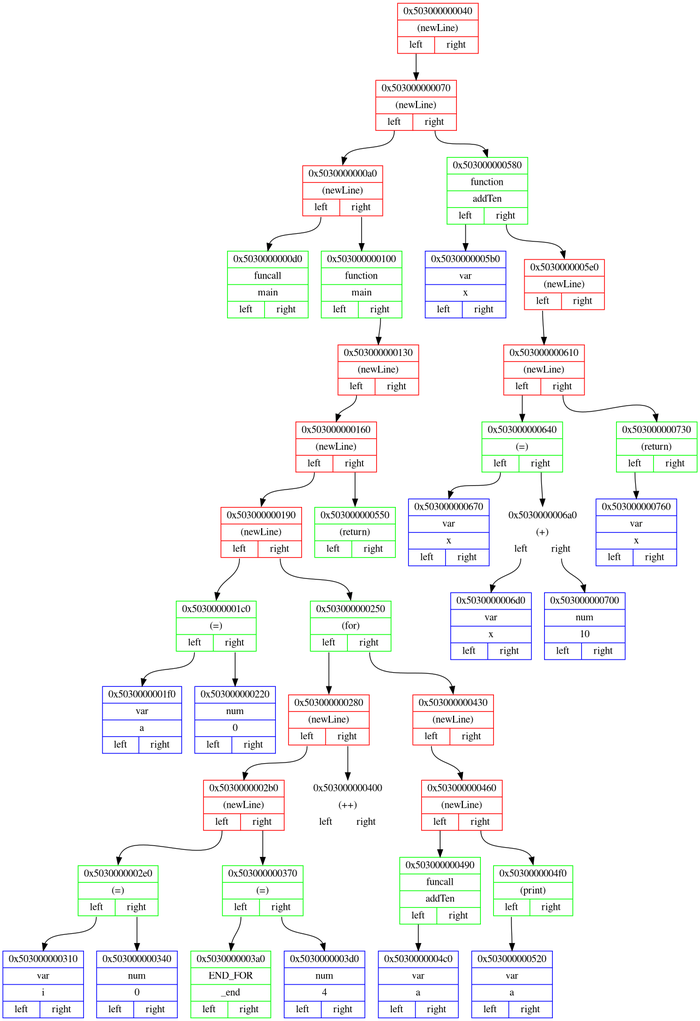
Matvey787/myProgLanguage keeps this Graphviz diagram as png_files/backendDotFile.dot.png. Above is the earlier version. Its source is kept beside it as dot_files/backendDotFile.dot.
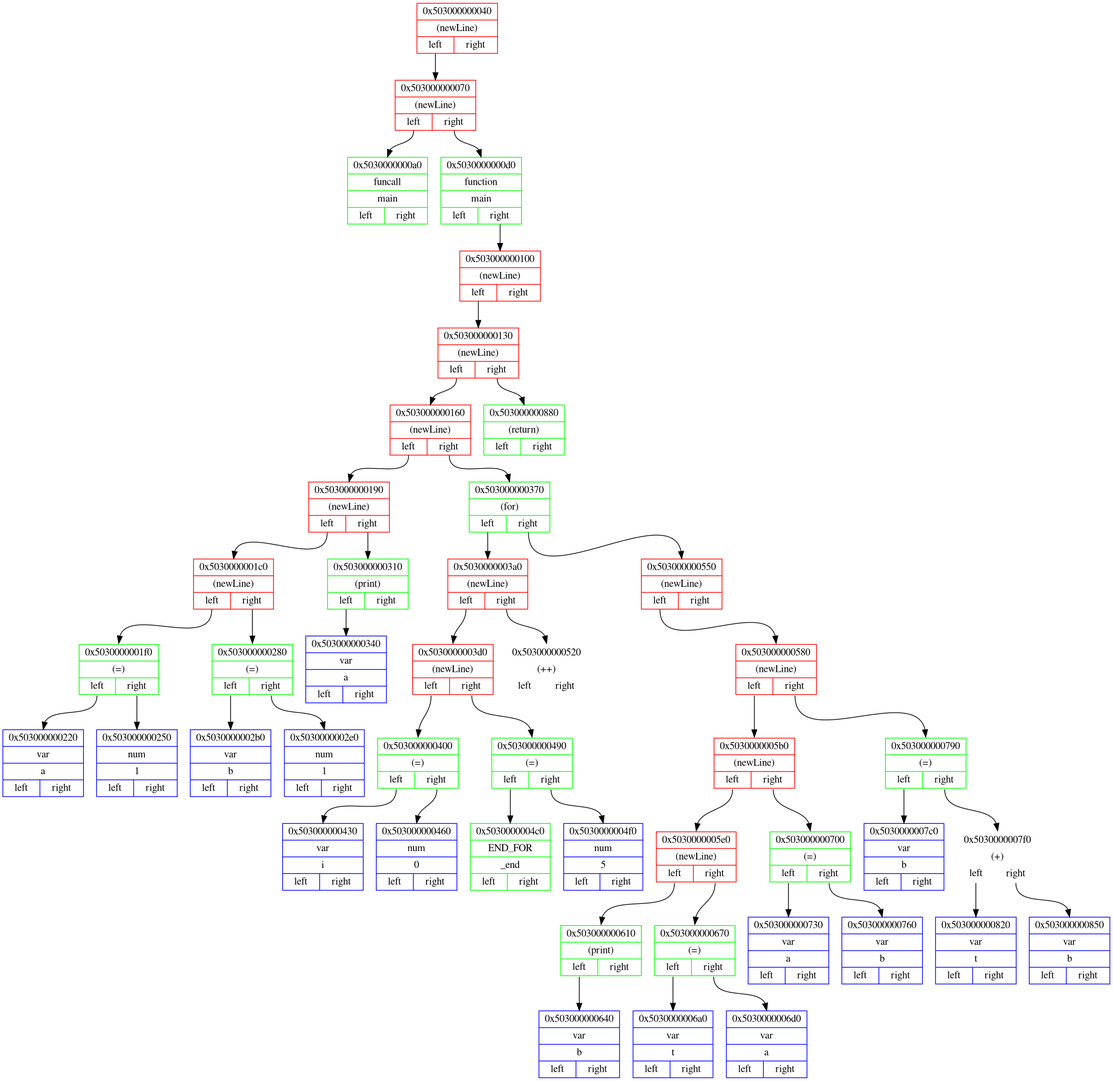
After the change.

Change to the diagram source:
```diff
@@ -4,79 +4,91 @@
 
 node0x503000000040 [ shape=record, color = red rank = 1, label= "{ 0x503000000040 | (newLine) |         {<n0x503000000040_l> left | <n0x503000000040_r> right}} " ];
 node0x503000000070 [ shape=record, color = red rank = 2, label= "{ 0x503000000070 | (newLine) |         {<n0x503000000070_l> left | <n0x503000000070_r> right}} " ];
-node0x5030000000a0 [ shape=record, color = red rank = 3, label= "{ 0x5030000000a0 | (newLine) |         {<n0x5030000000a0_l> left | <n0x5030000000a0_r> right}} " ];
-node0x5030000000d0 [ shape=record, color = green rank = 4, label= "{ 0x5030000000d0 | funcall | main |         {<n0x5030000000d0_l> left | <n0x5030000000d0_r> right}} " ];
-node0x5030000000a0:<n0x5030000000a0_l>:s -> node0x5030000000d0:n [ color = black; ]
-node0x503000000100 [ shape=record, color = green rank = 5, label= "{ 0x503000000100 | function | main |         {<n0x503000000100_l> left | <n0x503000000100_r> right}} " ];
+node0x5030000000a0 [ shape=record, color = green rank = 3, label= "{ 0x5030000000a0 | funcall | main |         {<n0x5030000000a0_l> left | <n0x5030000000a0_r> right}} " ];
+node0x503000000070:<n0x503000000070_l>:s -> node0x5030000000a0:n [ color = black; ]
+node0x5030000000d0 [ shape=record, color = green rank = 4, label= "{ 0x5030000000d0 | function | main |         {<n0x5030000000d0_l> left | <n0x5030000000d0_r> right}} " ];
+node0x503000000100 [ shape=record, color = red rank = 5, label= "{ 0x503000000100 | (newLine) |         {<n0x503000000100_l> left | <n0x503000000100_r> right}} " ];
 node0x503000000130 [ shape=record, color = red rank = 6, label= "{ 0x503000000130 | (newLine) |         {<n0x503000000130_l> left | <n0x503000000130_r> right}} " ];
 node0x503000000160 [ shape=record, color = red rank = 7, label= "{ 0x503000000160 | (newLine) |         {<n0x503000000160_l> left | <n0x503000000160_r> right}} " ];
 node0x503000000190 [ shape=record, color = red rank = 8, label= "{ 0x503000000190 | (newLine) |         {<n0x503000000190_l> left | <n0x503000000190_r> right}} " ];
-node0x5030000001c0 [ shape=record, color = green rank = 9, label= "{ 0x5030000001c0 | (=) |         {<n0x5030000001c0_l> left | <n0x5030000001c0_r> right}} " ];
-node0x5030000001f0 [ shape=record, color = blue rank = 10, label= "{ 0x5030000001f0 | var | a |         {<n0x5030000001f0_l> left | <n0x5030000001f0_r> right}} " ];
+node0x5030000001c0 [ shape=record, color = red rank = 9, label= "{ 0x5030000001c0 | (newLine) |         {<n0x5030000001c0_l> left | <n0x5030000001c0_r> right}} " ];
+node0x5030000001f0 [ shape=record, color = green rank = 10, label= "{ 0x5030000001f0 | (=) |         {<n0x5030000001f0_l> left | <n0x5030000001f0_r> right}} " ];
+node0x503000000220 [ shape=record, color = blue rank = 11, label= "{ 0x503000000220 | var | a |         {<n0x503000000220_l> left | <n0x503000000220_r> right}} " ];
+node0x5030000001f0:<n0x5030000001f0_l>:s -> node0x503000000220:n [ color = black; ]
+node0x503000000250 [ shape=record, color = blue rank = 12, label= "{ 0x503000000250 | num | 1 |         {<n0x503000000250_l> left | <n0x503000000250_r> right}} " ];
+node0x5030000001f0:<n0x5030000001f0_r>:s -> node0x503000000250:n [ color = black; ]
 node0x5030000001c0:<n0x5030000001c0_l>:s -> node0x5030000001f0:n [ color = black; ]
-node0x503000000220 [ shape=record, color = blue rank = 11, label= "{ 0x503000000220 | num | 0 |         {<n0x503000000220_l> left | <n0x503000000220_r> right}} " ];
-node0x5030000001c0:<n0x5030000001c0_r>:s -> node0x503000000220:n [ color = black; ]
+node0x503000000280 [ shape=record, color = green rank = 11, label= "{ 0x503000000280 | (=) |         {<n0x503000000280_l> left | <n0x503000000280_r> right}} " ];
+node0x5030000002b0 [ shape=record, color = blue rank = 12, label= "{ 0x5030000002b0 | var | b |         {<n0x5030000002b0_l> left | <n0x5030000002b0_r> right}} " ];
+node0x503000000280:<n0x503000000280_l>:s -> node0x5030000002b0:n [ color = black; ]
+node0x5030000002e0 [ shape=record, color = blue rank = 13, label= "{ 0x5030000002e0 | num | 1 |         {<n0x5030000002e0_l> left | <n0x5030000002e0_r> right}} " ];
+node0x503000000280:<n0x503000000280_r>:s -> node0x5030000002e0:n [ color = black; ]
+node0x5030000001c0:<n0x5030000001c0_r>:s -> node0x503000000280:n [ color = black; ]
 node0x503000000190:<n0x503000000190_l>:s -> node0x5030000001c0:n [ color = black; ]
-node0x503000000250 [ shape=record, color = green rank = 10, label= "{ 0x503000000250 | (for) |         {<n0x503000000250_l> left | <n0x503000000250_r> right}} " ];
-node0x503000000280 [ shape=record, color = red rank = 11, label= "{ 0x503000000280 | (newLine) |         {<n0x503000000280_l> left | <n0x503000000280_r> right}} " ];
-node0x5030000002b0 [ shape=record, color = red rank = 12, label= "{ 0x5030000002b0 | (newLine) |         {<n0x5030000002b0_l> left | <n0x5030000002b0_r> right}} " ];
-node0x5030000002e0 [ shape=record, color = green rank = 13, label= "{ 0x5030000002e0 | (=) |         {<n0x5030000002e0_l> left | <n0x5030000002e0_r> right}} " ];
-node0x503000000310 [ shape=record, color = blue rank = 14, label= "{ 0x503000000310 | var | i |         {<n0x503000000310_l> left | <n0x503000000310_r> right}} " ];
-node0x5030000002e0:<n0x5030000002e0_l>:s -> node0x503000000310:n [ color = black; ]
-node0x503000000340 [ shape=record, color = blue rank = 15, label= "{ 0x503000000340 | num | 0 |         {<n0x503000000340_l> left | <n0x503000000340_r> right}} " ];
-node0x5030000002e0:<n0x5030000002e0_r>:s -> node0x503000000340:n [ color = black; ]
-node0x5030000002b0:<n0x5030000002b0_l>:s -> node0x5030000002e0:n [ color = black; ]
-node0x503000000370 [ shape=record, color = green rank = 14, label= "{ 0x503000000370 | (=) |         {<n0x503000000370_l> left | <n0x503000000370_r> right}} " ];
-node0x5030000003a0 [ shape=record, color = green rank = 15, label= "{ 0x5030000003a0 | END_FOR | _end |         {<n0x5030000003a0_l> left | <n0x5030000003a0_r> right}} " ];
+node0x503000000310 [ shape=record, color = green rank = 10, label= "{ 0x503000000310 | (print) |         {<n0x503000000310_l> left | <n0x503000000310_r> right}} " ];
+node0x503000000340 [ shape=record, color = blue rank = 11, label= "{ 0x503000000340 | var | a |         {<n0x503000000340_l> left | <n0x503000000340_r> right}} " ];
+node0x503000000310:<n0x503000000310_l>:s -> node0x503000000340:n [ color = black; ]
+node0x503000000190:<n0x503000000190_r>:s -> node0x503000000310:n [ color = black; ]
+node0x503000000160:<n0x503000000160_l>:s -> node0x503000000190:n [ color = black; ]
+node0x503000000370 [ shape=record, color = green rank = 9, label= "{ 0x503000000370 | (for) |         {<n0x503000000370_l> left | <n0x503000000370_r> right}} " ];
+node0x5030000003a0 [ shape=record, color = red rank = 10, label= "{ 0x5030000003a0 | (newLine) |         {<n0x5030000003a0_l> left | <n0x5030000003a0_r> right}} " ];
+node0x5030000003d0 [ shape=record, color = red rank = 11, label= "{ 0x5030000003d0 | (newLine) |         {<n0x5030000003d0_l> left | <n0x5030000003d0_r> right}} " ];
+node0x503000000400 [ shape=record, color = green rank = 12, label= "{ 0x503000000400 | (=) |         {<n0x503000000400_l> left | <n0x503000000400_r> right}} " ];
+node0x503000000430 [ shape=record, color = blue rank = 13, label= "{ 0x503000000430 | var | i |         {<n0x503000000430_l> left | <n0x503000000430_r> right}} " ];
+node0x503000000400:<n0x503000000400_l>:s -> node0x503000000430:n [ color = black; ]
+node0x503000000460 [ shape=record, color = blue rank = 14, label= "{ 0x503000000460 | num | 0 |         {<n0x503000000460_l> left | <n0x503000000460_r> right}} " ];
+node0x503000000400:<n0x503000000400_r>:s -> node0x503000000460:n [ color = black; ]
+node0x5030000003d0:<n0x5030000003d0_l>:s -> node0x503000000400:n [ color = black; ]
+node0x503000000490 [ shape=record, color = green rank = 13, label= "{ 0x503000000490 | (=) |         {<n0x503000000490_l> left | <n0x503000000490_r> right}} " ];
+node0x5030000004c0 [ shape=record, color = green rank = 14, label= "{ 0x5030000004c0 | END_FOR | _end |         {<n0x5030000004c0_l> left | <n0x5030000004c0_r> right}} " ];
+node0x503000000490:<n0x503000000490_l>:s -> node0x5030000004c0:n [ color = black; ]
+node0x5030000004f0 [ shape=record, color = blue rank = 15, label= "{ 0x5030000004f0 | num | 5 |         {<n0x5030000004f0_l> left | <n0x5030000004f0_r> right}} " ];
+node0x503000000490:<n0x503000000490_r>:s -> node0x5030000004f0:n [ color = black; ]
+node0x5030000003d0:<n0x5030000003d0_r>:s -> node0x503000000490:n [ color = black; ]
+node0x5030000003a0:<n0x5030000003a0_l>:s -> node0x5030000003d0:n [ color = black; ]
+node0x503000000520 [ shape=record, color = white rank = 12, label= "{ 0x503000000520 | (++) |         {<n0x503000000520_l> left | <n0x503000000520_r> right}} " ];
+node0x5030000003a0:<n0x5030000003a0_r>:s -> node0x503000000520:n [ color = black; ]
 node0x503000000370:<n0x503000000370_l>:s -> node0x5030000003a0:n [ color = black; ]
-node0x5030000003d0 [ shape=record, color = blue rank = 16, label= "{ 0x5030000003d0 | num | 4 |         {<n0x5030000003d0_l> left | <n0x5030000003d0_r> right}} " ];
-node0x503000000370:<n0x503000000370_r>:s -> node0x5030000003d0:n [ color = black; ]
-node0x5030000002b0:<n0x5030000002b0_r>:s -> node0x503000000370:n [ color = black; ]
-node0x503000000280:<n0x503000000280_l>:s -> node0x5030000002b0:n [ color = black; ]
-node0x503000000400 [ shape=record, color = white rank = 13, label= "{ 0x503000000400 | (++) |         {<n0x503000000400_l> left | <n0x503000000400_r> right}} " ];
-node0x503000000280:<n0x503000000280_r>:s -> node0x503000000400:n [ color = black; ]
-node0x503000000250:<n0x503000000250_l>:s -> node0x503000000280:n [ color = black; ]
-node0x503000000430 [ shape=record, color = red rank = 12, label= "{ 0x503000000430 | (newLine) |         {<n0x503000000430_l> left | <n0x503000000430_r> right}} " ];
-node0x503000000460 [ shape=record, color = red rank = 13, label= "{ 0x503000000460 | (newLine) |         {<n0x503000000460_l> left | <n0x503000000460_r> right}} " ];
-node0x503000000490 [ shape=record, color = green rank = 14, label= "{ 0x503000000490 | funcall | addTen |         {<n0x503000000490_l> left | <n0x503000000490_r> right}} " ];
-node0x5030000004c0 [ shape=record, color = blue rank = 15, label= "{ 0x5030000004c0 | var | a |         {<n0x5030000004c0_l> left | <n0x5030000004c0_r> right}} " ];
-node0x503000000490:<n0x503000000490_l>:s -> node0x5030000004c0:n [ color = black; ]
-node0x503000000460:<n0x503000000460_l>:s -> node0x503000000490:n [ color = black; ]
-node0x5030000004f0 [ shape=record, color = green rank = 15, label= "{ 0x5030000004f0 | (print) |         {<n0x5030000004f0_l> left | <n0x5030000004f0_r> right}} " ];
-node0x503000000520 [ shape=record, color = blue rank = 16, label= "{ 0x503000000520 | var | a |         {<n0x503000000520_l> left | <n0x503000000520_r> right}} " ];
-node0x5030000004f0:<n0x5030000004f0_l>:s -> node0x503000000520:n [ color = black; ]
-node0x503000000460:<n0x503000000460_r>:s -> node0x5030000004f0:n [ color = black; ]
-node0x503000000430:<n0x503000000430_l>:s -> node0x503000000460:n [ color = black; ]
-node0x503000000250:<n0x503000000250_r>:s -> node0x503000000430:n [ color = black; ]
-node0x503000000190:<n0x503000000190_r>:s -> node0x503000000250:n [ color = black; ]
-node0x503000000160:<n0x503000000160_l>:s -> node0x503000000190:n [ color = black; ]
-node0x503000000550 [ shape=record, color = green rank = 9, label= "{ 0x503000000550 | (return) |         {<n0x503000000550_l> left | <n0x503000000550_r> right}} " ];
-node0x503000000160:<n0x503000000160_r>:s -> node0x503000000550:n [ color = black; ]
+node0x503000000550 [ shape=record, color = red rank = 11, label= "{ 0x503000000550 | (newLine) |         {<n0x503000000550_l> left | <n0x503000000550_r> right}} " ];
+node0x503000000580 [ shape=record, color = red rank = 12, label= "{ 0x503000000580 | (newLine) |         {<n0x503000000580_l> left | <n0x503000000580_r> right}} " ];
+node0x5030000005b0 [ shape=record, color = red rank = 13, label= "{ 0x5030000005b0 | (newLine) |         {<n0x5030000005b0_l> left | <n0x5030000005b0_r> right}} " ];
+node0x5030000005e0 [ shape=record, color = red rank = 14, label= "{ 0x5030000005e0 | (newLine) |         {<n0x5030000005e0_l> left | <n0x5030000005e0_r> right}} " ];
+node0x503000000610 [ shape=record, color = green rank = 15, label= "{ 0x503000000610 | (print) |         {<n0x503000000610_l> left | <n0x503000000610_r> right}} " ];
+node0x503000000640 [ shape=record, color = blue rank = 16, label= "{ 0x503000000640 | var | b |         {<n0x503000000640_l> left | <n0x503000000640_r> right}} " ];
+node0x503000000610:<n0x503000000610_l>:s -> node0x503000000640:n [ color = black; ]
+node0x5030000005e0:<n0x5030000005e0_l>:s -> node0x503000000610:n [ color = black; ]
+node0x503000000670 [ shape=record, color = green rank = 16, label= "{ 0x503000000670 | (=) |         {<n0x503000000670_l> left | <n0x503000000670_r> right}} " ];
+node0x5030000006a0 [ shape=record, color = blue rank = 17, label= "{ 0x5030000006a0 | var | t |         {<n0x5030000006a0_l> left | <n0x5030000006a0_r> right}} " ];
+node0x503000000670:<n0x503000000670_l>:s -> node0x5030000006a0:n [ color = black; ]
+node0x5030000006d0 [ shape=record, color = blue rank = 18, label= "{ 0x5030000006d0 | var | a |         {<n0x5030000006d0_l> left | <n0x5030000006d0_r> right}} " ];
+node0x503000000670:<n0x503000000670_r>:s -> node0x5030000006d0:n [ color = black; ]
+node0x5030000005e0:<n0x5030000005e0_r>:s -> node0x503000000670:n [ color = black; ]
+node0x5030000005b0:<n0x5030000005b0_l>:s -> node0x5030000005e0:n [ color = black; ]
+node0x503000000700 [ shape=record, color = green rank = 15, label= "{ 0x503000000700 | (=) |         {<n0x503000000700_l> left | <n0x503000000700_r> right}} " ];
+node0x503000000730 [ shape=record, color = blue rank = 16, label= "{ 0x503000000730 | var | a |         {<n0x503000000730_l> left | <n0x503000000730_r> right}} " ];
+node0x503000000700:<n0x503000000700_l>:s -> node0x503000000730:n [ color = black; ]
+node0x503000000760 [ shape=record, color = blue rank = 17, label= "{ 0x503000000760 | var | b |         {<n0x503000000760_l> left | <n0x503000000760_r> right}} " ];
+node0x503000000700:<n0x503000000700_r>:s -> node0x503000000760:n [ color = black; ]
+node0x5030000005b0:<n0x5030000005b0_r>:s -> node0x503000000700:n [ color = black; ]
+node0x503000000580:<n0x503000000580_l>:s -> node0x5030000005b0:n [ color = black; ]
+node0x503000000790 [ shape=record, color = green rank = 14, label= "{ 0x503000000790 | (=) |         {<n0x503000000790_l> left | <n0x503000000790_r> right}} " ];
+node0x5030000007c0 [ shape=record, color = blue rank = 15, label= "{ 0x5030000007c0 | var | b |         {<n0x5030000007c0_l> left | <n0x5030000007c0_r> right}} " ];
+node0x503000000790:<n0x503000000790_l>:s -> node0x5030000007c0:n [ color = black; ]
+node0x5030000007f0 [ shape=record, color = white rank = 16, label= "{ 0x5030000007f0 | (+) |         {<n0x5030000007f0_l> left | <n0x5030000007f0_r> right}} " ];
+node0x503000000820 [ shape=record, color = blue rank = 17, label= "{ 0x503000000820 | var | t |         {<n0x503000000820_l> left | <n0x503000000820_r> right}} " ];
+node0x5030000007f0:<n0x5030000007f0_l>:s -> node0x503000000820:n [ color = black; ]
+node0x503000000850 [ shape=record, color = blue rank = 18, label= "{ 0x503000000850 | var | b |         {<n0x503000000850_l> left | <n0x503000000850_r> right}} " ];
+node0x5030000007f0:<n0x5030000007f0_r>:s -> node0x503000000850:n [ color = black; ]
+node0x503000000790:<n0x503000000790_r>:s -> node0x5030000007f0:n [ color = black; ]
+node0x503000000580:<n0x503000000580_r>:s -> node0x503000000790:n [ color = black; ]
+node0x503000000550:<n0x503000000550_l>:s -> node0x503000000580:n [ color = black; ]
+node0x503000000370:<n0x503000000370_r>:s -> node0x503000000550:n [ color = black; ]
+node0x503000000160:<n0x503000000160_r>:s -> node0x503000000370:n [ color = black; ]
 node0x503000000130:<n0x503000000130_l>:s -> node0x503000000160:n [ color = black; ]
-node0x503000000100:<n0x503000000100_r>:s -> node0x503000000130:n [ color = black; ]
-node0x5030000000a0:<n0x5030000000a0_r>:s -> node0x503000000100:n [ color = black; ]
-node0x503000000070:<n0x503000000070_l>:s -> node0x5030000000a0:n [ color = black; ]
-node0x503000000580 [ shape=record, color = green rank = 4, label= "{ 0x503000000580 | function | addTen |         {<n0x503000000580_l> left | <n0x503000000580_r> right}} " ];
-node0x5030000005b0 [ shape=record, color = blue rank = 5, label= "{ 0x5030000005b0 | var | x |         {<n0x5030000005b0_l> left | <n0x5030000005b0_r> right}} " ];
-node0x503000000580:<n0x503000000580_l>:s -> node0x5030000005b0:n [ color = black; ]
-node0x5030000005e0 [ shape=record, color = red rank = 6, label= "{ 0x5030000005e0 | (newLine) |         {<n0x5030000005e0_l> left | <n0x5030000005e0_r> right}} " ];
-node0x503000000610 [ shape=record, color = red rank = 7, label= "{ 0x503000000610 | (newLine) |         {<n0x503000000610_l> left | <n0x503000000610_r> right}} " ];
-node0x503000000640 [ shape=record, color = green rank = 8, label= "{ 0x503000000640 | (=) |         {<n0x503000000640_l> left | <n0x503000000640_r> right}} " ];
-node0x503000000670 [ shape=record, color = blue rank = 9, label= "{ 0x503000000670 | var | x |         {<n0x503000000670_l> left | <n0x503000000670_r> right}} " ];
-node0x503000000640:<n0x503000000640_l>:s -> node0x503000000670:n [ color = black; ]
-node0x5030000006a0 [ shape=record, color = white rank = 10, label= "{ 0x5030000006a0 | (+) |         {<n0x5030000006a0_l> left | <n0x5030000006a0_r> right}} " ];
-node0x5030000006d0 [ shape=record, color = blue rank = 11, label= "{ 0x5030000006d0 | var | x |         {<n0x5030000006d0_l> left | <n0x5030000006d0_r> right}} " ];
-node0x5030000006a0:<n0x5030000006a0_l>:s -> node0x5030000006d0:n [ color = black; ]
-node0x503000000700 [ shape=record, color = blue rank = 12, label= "{ 0x503000000700 | num | 10 |         {<n0x503000000700_l> left | <n0x503000000700_r> right}} " ];
-node0x5030000006a0:<n0x5030000006a0_r>:s -> node0x503000000700:n [ color = black; ]
-node0x503000000640:<n0x503000000640_r>:s -> node0x5030000006a0:n [ color = black; ]
-node0x503000000610:<n0x503000000610_l>:s -> node0x503000000640:n [ color = black; ]
-node0x503000000730 [ shape=record, color = green rank = 9, label= "{ 0x503000000730 | (return) |         {<n0x503000000730_l> left | <n0x503000000730_r> right}} " ];
-node0x503000000760 [ shape=record, color = blue rank = 10, label= "{ 0x503000000760 | var | x |         {<n0x503000000760_l> left | <n0x503000000760_r> right}} " ];
-node0x503000000730:<n0x503000000730_l>:s -> node0x503000000760:n [ color = black; ]
-node0x503000000610:<n0x503000000610_r>:s -> node0x503000000730:n [ color = black; ]
-node0x5030000005e0:<n0x5030000005e0_l>:s -> node0x503000000610:n [ color = black; ]
-node0x503000000580:<n0x503000000580_r>:s -> node0x5030000005e0:n [ color = black; ]
-node0x503000000070:<n0x503000000070_r>:s -> node0x503000000580:n [ color = black; ]
+node0x503000000880 [ shape=record, color = green rank = 8, label= "{ 0x503000000880 | (return) |         {<n0x503000000880_l> left | <n0x503000000880_r> right}} " ];
+node0x503000000130:<n0x503000000130_r>:s -> node0x503000000880:n [ color = black; ]
+node0x503000000100:<n0x503000000100_l>:s -> node0x503000000130:n [ color = black; ]
+node0x5030000000d0:<n0x5030000000d0_r>:s -> node0x503000000100:n [ color = black; ]
+node0x503000000070:<n0x503000000070_r>:s -> node0x5030000000d0:n [ color = black; ]
 node0x503000000040:<n0x503000000040_l>:s -> node0x503000000070:n [ color = black; ]
 }
```
